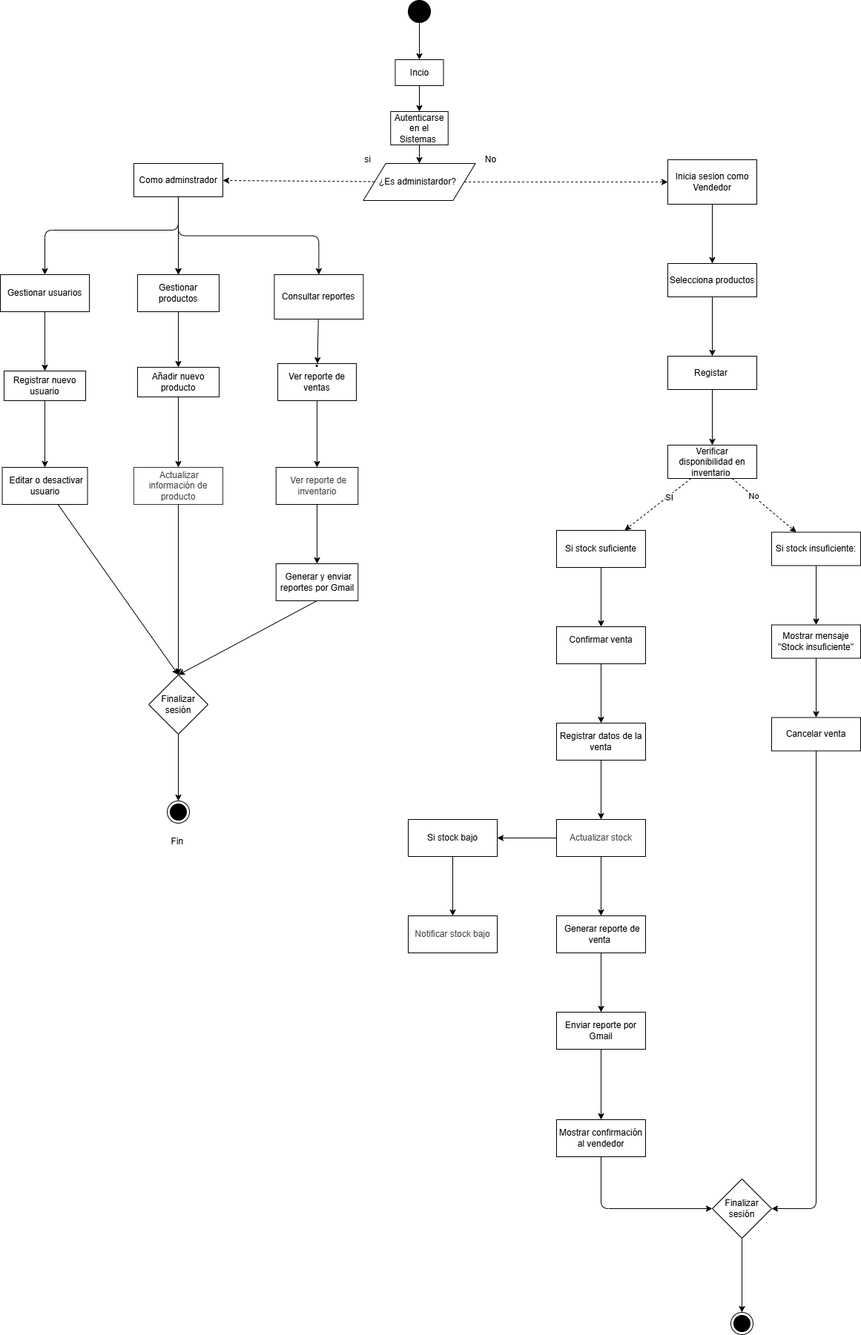
The draw.io diagram diagrams/diagrma -flujo-proceso.png in NICOXDE123/Trabajo-Tienda-de-Abarrotes, before a commit. Source tidied: cells renumbered, new cells last; positions are measured from the earlier drawing's top-left corner, leaving out a move shared by most shapes.
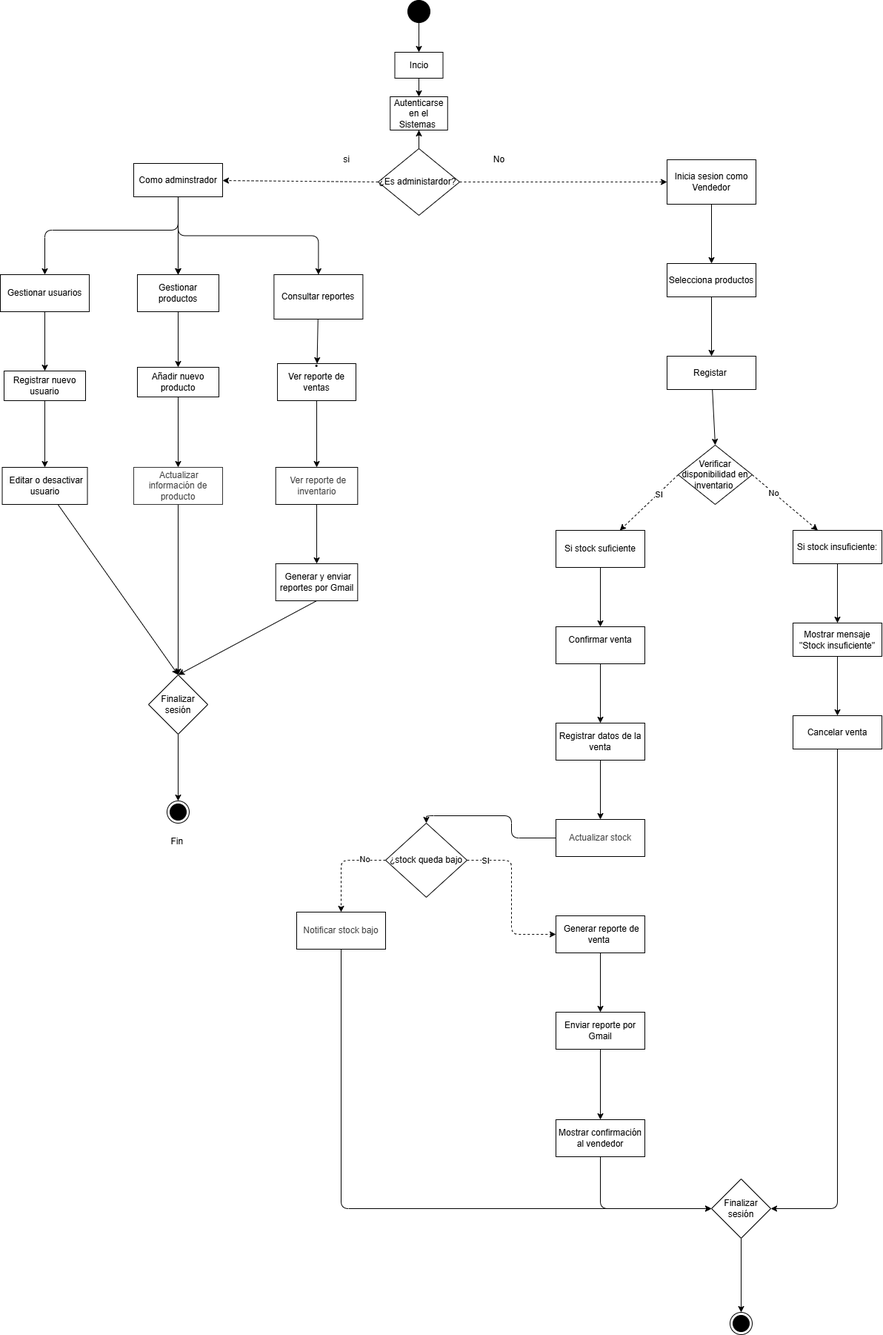
The same diagram one commit later.

What changed in the source:
```diff
@@ -18,28 +18,27 @@
       <mxGeometry relative="1" as="geometry" />
     </mxCell>
     <mxCell id="7" value="Incio" style="whiteSpace=wrap;html=1;fillColor=#FFFFFF;" parent="1" vertex="1">
-      <mxGeometry x="532.5" y="80" width="65" height="35" as="geometry" />
+      <mxGeometry x="532.5" y="70" width="65" height="35" as="geometry" />
     </mxCell>
-    <mxCell id="8" style="edgeStyle=none;html=1;exitX=0.5;exitY=1;exitDx=0;exitDy=0;entryX=0.5;entryY=0;entryDx=0;entryDy=0;" parent="1" edge="1" source="9" target="12">
-      <mxGeometry relative="1" as="geometry" />
+    <mxCell id="8" style="edgeStyle=none;html=1;exitX=0.5;exitY=1;exitDx=0;exitDy=0;entryX=0.5;entryY=0;entryDx=0;entryDy=0;" parent="1" edge="1" source="9">
+      <mxGeometry relative="1" as="geometry">
+        <mxPoint x="565" y="220" as="targetPoint" />
+      </mxGeometry>
     </mxCell>
     <mxCell id="9" value="Autenticarse en el Sistemas&amp;nbsp;" style="whiteSpace=wrap;html=1;fillColor=#FFFFFF;" parent="1" vertex="1">
-      <mxGeometry x="526.2" y="150" width="77.5" height="45" as="geometry" />
+      <mxGeometry x="526.2" y="130" width="77.5" height="45" as="geometry" />
     </mxCell>
-    <mxCell id="10" style="edgeStyle=none;html=1;dashed=1;" parent="1" edge="1" source="12" target="20">
+    <mxCell id="10" style="edgeStyle=none;html=1;dashed=1;exitX=0;exitY=0.5;exitDx=0;exitDy=0;" parent="1" edge="1" source="12" target="20">
       <mxGeometry relative="1" as="geometry" />
     </mxCell>
-    <mxCell id="11" style="edgeStyle=none;html=1;dashed=1;" parent="1" edge="1" source="12" target="22">
+    <mxCell id="11" style="edgeStyle=none;html=1;dashed=1;exitX=1;exitY=0.5;exitDx=0;exitDy=0;" parent="1" edge="1" source="12" target="22">
       <mxGeometry relative="1" as="geometry" />
     </mxCell>
-    <mxCell id="12" value="¿Es administardor?&amp;nbsp;" style="shape=parallelogram;perimeter=parallelogramPerimeter;whiteSpace=wrap;html=1;dashed=0;" parent="1" vertex="1">
-      <mxGeometry x="489.4" y="220" width="151.2" height="50" as="geometry" />
-    </mxCell>
     <mxCell id="13" value="No" style="text;html=1;align=center;verticalAlign=middle;strokeColor=none;fillColor=none;" parent="1" vertex="1">
-      <mxGeometry x="640.6" y="200" width="40" height="30" as="geometry" />
+      <mxGeometry x="653" y="200" width="40" height="30" as="geometry" />
     </mxCell>
     <mxCell id="14" value="si" style="text;html=1;align=center;verticalAlign=middle;strokeColor=none;fillColor=none;" parent="1" vertex="1">
-      <mxGeometry x="480" y="200" width="30" height="30" as="geometry" />
+      <mxGeometry x="452.3" y="200" width="30" height="30" as="geometry" />
     </mxCell>
     <mxCell id="15" style="edgeStyle=orthogonalEdgeStyle;html=1;" parent="1" edge="1" source="20" target="24">
       <mxGeometry relative="1" as="geometry">
@@ -142,13 +141,13 @@
     <mxCell id="46" value="Selecciona productos" style="whiteSpace=wrap;html=1;dashed=0;" parent="1" vertex="1">
       <mxGeometry x="900" y="355" width="120" height="45" as="geometry" />
     </mxCell>
-    <mxCell id="47" style="edgeStyle=none;html=1;" parent="1" edge="1" source="48" target="53">
+    <mxCell id="47" style="edgeStyle=none;html=1;entryX=0.5;entryY=0;entryDx=0;entryDy=0;" parent="1" edge="1" source="48" target="53">
       <mxGeometry relative="1" as="geometry" />
     </mxCell>
     <mxCell id="48" value="Registar&amp;nbsp;" style="whiteSpace=wrap;html=1;dashed=0;" parent="1" vertex="1">
       <mxGeometry x="900" y="480" width="120" height="45" as="geometry" />
     </mxCell>
-    <mxCell id="49" style="edgeStyle=none;html=1;dashed=1;" parent="1" edge="1" source="53" target="56">
+    <mxCell id="49" style="edgeStyle=none;html=1;dashed=1;exitX=1;exitY=0.5;exitDx=0;exitDy=0;" parent="1" edge="1" source="53" target="56">
       <mxGeometry relative="1" as="geometry" />
     </mxCell>
     <mxCell id="50" value="No" style="edgeLabel;html=1;align=center;verticalAlign=middle;" parent="49" vertex="1">
@@ -156,7 +155,7 @@
         <mxPoint y="1" as="offset" />
       </mxGeometry>
     </mxCell>
-    <mxCell id="51" style="edgeStyle=none;html=1;dashed=1;" parent="1" edge="1" source="53" target="58">
+    <mxCell id="51" style="edgeStyle=none;html=1;dashed=1;exitX=0;exitY=0.5;exitDx=0;exitDy=0;" parent="1" edge="1" source="53" target="58">
       <mxGeometry relative="1" as="geometry" />
     </mxCell>
     <mxCell id="52" value="SI" style="edgeLabel;html=1;align=center;verticalAlign=middle;" parent="51" vertex="1">
@@ -164,9 +163,6 @@
         <mxPoint x="-1" as="offset" />
       </mxGeometry>
     </mxCell>
-    <mxCell id="53" value="Verificar disponibilidad en inventario&amp;nbsp;" style="whiteSpace=wrap;html=1;dashed=0;" parent="1" vertex="1">
-      <mxGeometry x="900" y="600" width="120" height="45" as="geometry" />
-    </mxCell>
     <mxCell id="54" value="Finalizar sesión" style="rhombus;whiteSpace=wrap;html=1;" parent="1" vertex="1">
       <mxGeometry x="200" y="910" width="80" height="80" as="geometry" />
     </mxCell>
@@ -174,7 +170,7 @@
       <mxGeometry relative="1" as="geometry" />
     </mxCell>
     <mxCell id="56" value="Si stock insuficiente:" style="whiteSpace=wrap;html=1;dashed=0;" parent="1" vertex="1">
-      <mxGeometry x="1040" y="717.5" width="120" height="45" as="geometry" />
+      <mxGeometry x="1070" y="715" width="120" height="45" as="geometry" />
     </mxCell>
     <mxCell id="57" style="edgeStyle=none;html=1;" parent="1" edge="1" source="58" target="60">
       <mxGeometry relative="1" as="geometry" />
@@ -198,17 +194,17 @@
       <mxGeometry relative="1" as="geometry" />
     </mxCell>
     <mxCell id="64" value="Mostrar mensaje &quot;Stock insuficiente&quot;" style="whiteSpace=wrap;html=1;dashed=0;" parent="1" vertex="1">
-      <mxGeometry x="1040" y="842.5" width="120" height="45" as="geometry" />
+      <mxGeometry x="1070" y="840" width="120" height="45" as="geometry" />
     </mxCell>
-    <mxCell id="65" style="edgeStyle=orthogonalEdgeStyle;html=1;entryX=1;entryY=0.5;entryDx=0;entryDy=0;" parent="1" edge="1" source="66" target="68">
+    <mxCell id="65" style="edgeStyle=orthogonalEdgeStyle;html=1;entryX=1;entryY=0.5;entryDx=0;entryDy=0;exitX=0.5;exitY=1;exitDx=0;exitDy=0;" parent="1" edge="1" source="66" target="68">
       <mxGeometry relative="1" as="geometry">
         <Array as="points">
-          <mxPoint x="1100" y="1630" />
+          <mxPoint x="1130" y="1630" />
         </Array>
       </mxGeometry>
     </mxCell>
     <mxCell id="66" value="Cancelar venta" style="whiteSpace=wrap;html=1;dashed=0;" parent="1" vertex="1">
-      <mxGeometry x="1040" y="967.5" width="120" height="45" as="geometry" />
+      <mxGeometry x="1070" y="965" width="120" height="45" as="geometry" />
     </mxCell>
     <mxCell id="67" style="edgeStyle=none;html=1;entryX=0.5;entryY=0;entryDx=0;entryDy=0;" parent="1" edge="1" source="68" target="4">
       <mxGeometry relative="1" as="geometry" />
@@ -216,23 +212,24 @@
     <mxCell id="68" value="Finalizar sesión" style="rhombus;whiteSpace=wrap;html=1;" parent="1" vertex="1">
       <mxGeometry x="960" y="1590" width="80" height="80" as="geometry" />
     </mxCell>
-    <mxCell id="69" style="edgeStyle=none;html=1;" parent="1" edge="1" source="71" target="73">
-      <mxGeometry relative="1" as="geometry" />
-    </mxCell>
-    <mxCell id="70" style="edgeStyle=none;html=1;" parent="1" edge="1" source="71" target="76">
-      <mxGeometry relative="1" as="geometry" />
-    </mxCell>
     <mxCell id="71" value="&lt;span style=&quot;color: rgb(63, 63, 63);&quot;&gt;Actualizar stock&lt;/span&gt;" style="whiteSpace=wrap;html=1;dashed=0;" parent="1" vertex="1">
       <mxGeometry x="750" y="1105" width="120" height="50" as="geometry" />
     </mxCell>
-    <mxCell id="72" style="edgeStyle=none;html=1;" parent="1" edge="1" source="73" target="74">
+    <mxCell id="72" style="edgeStyle=orthogonalEdgeStyle;html=1;exitX=0;exitY=0.5;exitDx=0;exitDy=0;dashed=1;" parent="1" edge="1" source="86" target="74">
       <mxGeometry relative="1" as="geometry" />
     </mxCell>
-    <mxCell id="73" value="Si stock bajo" style="whiteSpace=wrap;html=1;dashed=0;" parent="1" vertex="1">
-      <mxGeometry x="550" y="1105" width="120" height="50" as="geometry" />
-    </mxCell>
+    <mxCell id="81" value="No" style="edgeLabel;html=1;align=center;verticalAlign=middle;" parent="72" vertex="1">
+      <mxGeometry x="-0.55" y="-2" relative="1" as="geometry" />
+    </mxCell>
+    <mxCell id="82" style="edgeStyle=orthogonalEdgeStyle;html=1;entryX=0;entryY=0.5;entryDx=0;entryDy=0;" parent="1" edge="1" source="74" target="68">
+      <mxGeometry relative="1" as="geometry">
+        <Array as="points">
+          <mxPoint x="460" y="1630" />
+        </Array>
+      </mxGeometry>
+    </mxCell>
     <mxCell id="74" value="&lt;span style=&quot;color: rgb(63, 63, 63);&quot;&gt;Notificar stock bajo&lt;/span&gt;" style="whiteSpace=wrap;html=1;dashed=0;" parent="1" vertex="1">
-      <mxGeometry x="550" y="1235" width="120" height="50" as="geometry" />
+      <mxGeometry x="400" y="1230" width="120" height="50" as="geometry" />
     </mxCell>
     <mxCell id="75" style="edgeStyle=none;html=1;" parent="1" edge="1" source="76" target="78">
       <mxGeometry relative="1" as="geometry" />
@@ -256,5 +253,26 @@
     <mxCell id="80" value="Mostrar confirmación al vendedor" style="whiteSpace=wrap;html=1;dashed=0;" parent="1" vertex="1">
       <mxGeometry x="750" y="1510" width="120" height="50" as="geometry" />
     </mxCell>
+    <mxCell id="83" style="edgeStyle=orthogonalEdgeStyle;html=1;exitX=0;exitY=0.5;exitDx=0;exitDy=0;entryX=0.5;entryY=0;entryDx=0;entryDy=0;" parent="1" edge="1" source="71" target="86">
+      <mxGeometry relative="1" as="geometry" />
+    </mxCell>
+    <mxCell id="84" style="edgeStyle=orthogonalEdgeStyle;html=1;entryX=0;entryY=0.5;entryDx=0;entryDy=0;dashed=1;" parent="1" edge="1" source="86" target="76">
+      <mxGeometry relative="1" as="geometry" />
+    </mxCell>
+    <mxCell id="85" value="SI" style="edgeLabel;html=1;align=center;verticalAlign=middle;" parent="84" vertex="1">
+      <mxGeometry x="-0.78" relative="1" as="geometry" />
+    </mxCell>
+    <mxCell id="86" value="¿stock queda bajo" style="rhombus;whiteSpace=wrap;html=1;" parent="1" vertex="1">
+      <mxGeometry x="520" y="1110" width="110" height="100" as="geometry" />
+    </mxCell>
+    <mxCell id="53" value="&lt;span style=&quot;color: rgb(0, 0, 0);&quot;&gt;Verificar disponibilidad en inventario&amp;nbsp;&lt;/span&gt;" style="rhombus;whiteSpace=wrap;html=1;" parent="1" vertex="1">
+      <mxGeometry x="915" y="600" width="100" height="80" as="geometry" />
+    </mxCell>
+    <mxCell id="87" style="edgeStyle=none;html=1;" parent="1" edge="1" source="12" target="9">
+      <mxGeometry relative="1" as="geometry" />
+    </mxCell>
+    <mxCell id="12" value="&lt;span style=&quot;color: rgb(0, 0, 0);&quot;&gt;¿Es administardor?&amp;nbsp;&lt;/span&gt;" style="rhombus;whiteSpace=wrap;html=1;" parent="1" vertex="1">
+      <mxGeometry x="510" y="200" width="110" height="90" as="geometry" />
+    </mxCell>
   </root>
 </mxGraphModel>
```
